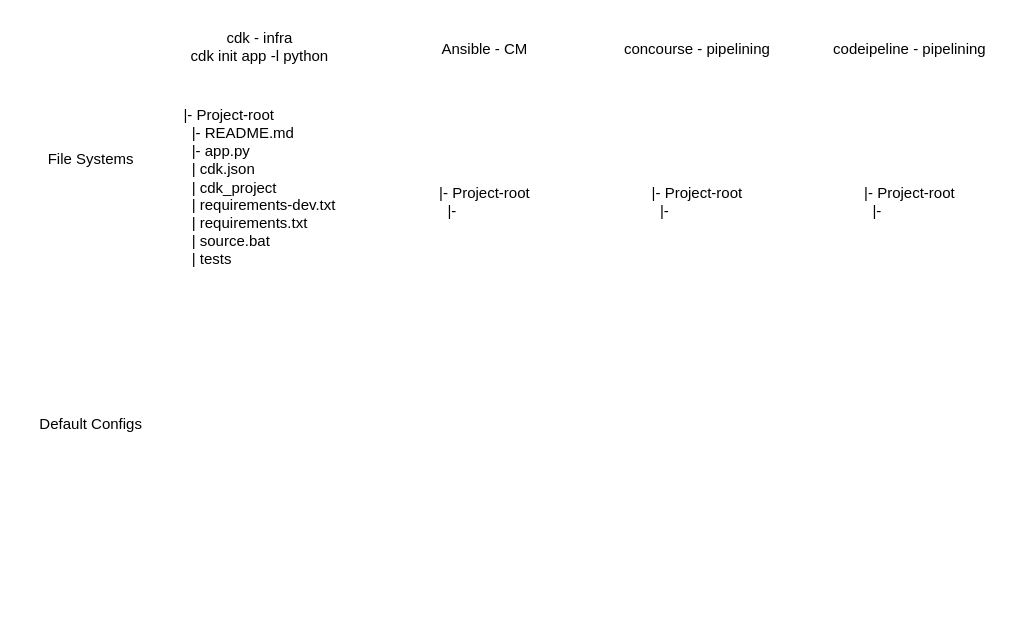
Before: Hydra.drawio in kjamaal/hydra, a draw.io diagram. Source tidied: cells renumbered, new cells numbered last; positions are measured from the earlier drawing's top-left corner, leaving out a move shared by most shapes. Both pictures are drawn from the tidied source at 125%, with x=0, y=0 at pixel (21, 21).
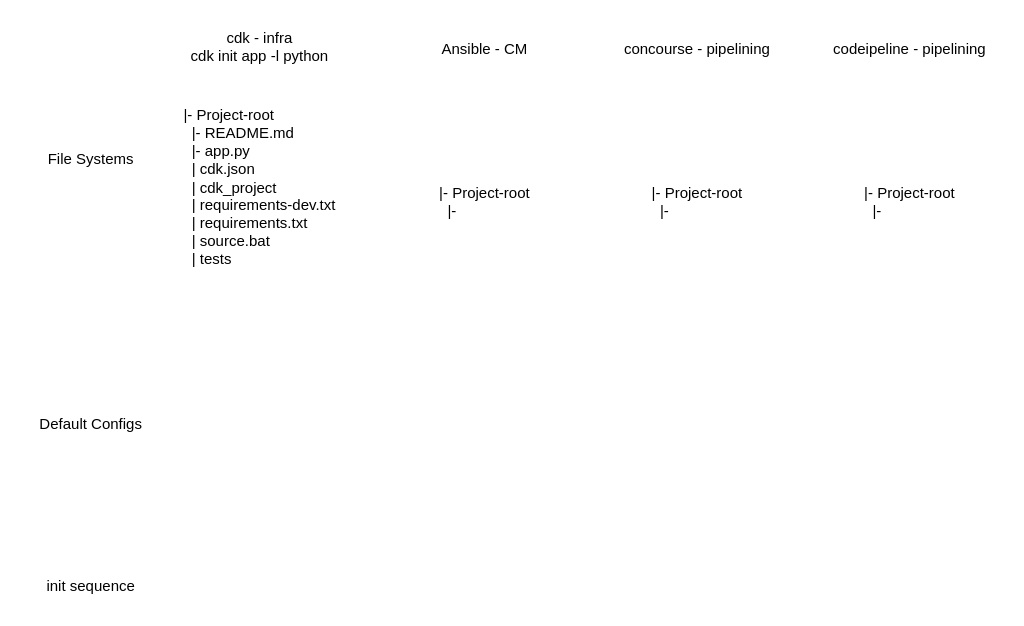
The same page after the edit.

What changed in the source:
```diff
@@
 <mxGraphModel>
   <root>
     <mxCell id="0" />
     <mxCell id="1" parent="0" />
     <mxCell id="2" value="&lt;span style=&quot;background-color: initial;&quot;&gt;&lt;br&gt;&lt;div style=&quot;text-align: left;&quot;&gt;&lt;span style=&quot;background-color: initial;&quot;&gt;|- Project-root&lt;/span&gt;&lt;/div&gt;&lt;/span&gt;&lt;div style=&quot;text-align: left;&quot;&gt;&amp;nbsp; |- README.md&lt;/div&gt;&lt;div style=&quot;text-align: left;&quot;&gt;&amp;nbsp; |- app.py&lt;/div&gt;&lt;div style=&quot;text-align: left;&quot;&gt;&amp;nbsp; | cdk.json&lt;/div&gt;&lt;div style=&quot;text-align: left;&quot;&gt;&amp;nbsp; | cdk_project&lt;/div&gt;&lt;div style=&quot;text-align: left;&quot;&gt;&amp;nbsp; | requirements-dev.txt&lt;/div&gt;&lt;div style=&quot;text-align: left;&quot;&gt;&amp;nbsp; | requirements.txt&lt;/div&gt;&lt;div style=&quot;text-align: left;&quot;&gt;&amp;nbsp; | source.bat&lt;/div&gt;&lt;div style=&quot;text-align: left;&quot;&gt;&amp;nbsp; | tests&lt;/div&gt;" style="text;html=1;align=center;verticalAlign=middle;strokeColor=none;fillColor=none;" parent="1" vertex="1">
       <mxGeometry x="115" y="45" width="150" height="160" as="geometry" />
     </mxCell>
     <mxCell id="3" value="cdk - infra&lt;br&gt;cdk init app -l python" style="text;html=1;align=center;verticalAlign=middle;strokeColor=none;fillColor=none;" parent="1" vertex="1">
       <mxGeometry x="125" width="130" height="40" as="geometry" />
     </mxCell>
     <mxCell id="4" value="Ansible - CM" style="text;html=1;align=center;verticalAlign=middle;strokeColor=none;fillColor=none;" parent="1" vertex="1">
       <mxGeometry x="325" y="7" width="90" height="30" as="geometry" />
     </mxCell>
     <mxCell id="5" value="concourse - pipelining" style="text;html=1;align=center;verticalAlign=middle;strokeColor=none;fillColor=none;" parent="1" vertex="1">
       <mxGeometry x="470" y="7" width="140" height="30" as="geometry" />
     </mxCell>
     <mxCell id="6" value="codeipeline - pipelining" style="text;html=1;align=center;verticalAlign=middle;strokeColor=none;fillColor=none;" parent="1" vertex="1">
       <mxGeometry x="635" y="7" width="150" height="30" as="geometry" />
     </mxCell>
     <mxCell id="7" value="File Systems" style="text;html=1;align=center;verticalAlign=middle;strokeColor=none;fillColor=none;" parent="1" vertex="1">
       <mxGeometry x="10" y="95" width="90" height="30" as="geometry" />
     </mxCell>
     <mxCell id="8" value="&lt;span style=&quot;background-color: initial;&quot;&gt;&lt;br&gt;&lt;div style=&quot;text-align: left;&quot;&gt;&lt;span style=&quot;background-color: initial;&quot;&gt;|- Project-root&lt;/span&gt;&lt;/div&gt;&lt;/span&gt;&lt;div style=&quot;text-align: left;&quot;&gt;&amp;nbsp; |-&amp;nbsp;&lt;/div&gt;" style="text;html=1;align=center;verticalAlign=middle;strokeColor=none;fillColor=none;" parent="1" vertex="1">
       <mxGeometry x="320" y="107" width="100" height="60" as="geometry" />
     </mxCell>
     <mxCell id="9" value="&lt;span style=&quot;background-color: initial;&quot;&gt;&lt;br&gt;&lt;div style=&quot;text-align: left;&quot;&gt;&lt;span style=&quot;background-color: initial;&quot;&gt;|- Project-root&lt;/span&gt;&lt;/div&gt;&lt;/span&gt;&lt;div style=&quot;text-align: left;&quot;&gt;&amp;nbsp; |-&amp;nbsp;&lt;/div&gt;" style="text;html=1;align=center;verticalAlign=middle;strokeColor=none;fillColor=none;" parent="1" vertex="1">
       <mxGeometry x="490" y="107" width="100" height="60" as="geometry" />
     </mxCell>
     <mxCell id="10" value="&lt;span style=&quot;background-color: initial;&quot;&gt;&lt;br&gt;&lt;div style=&quot;text-align: left;&quot;&gt;&lt;span style=&quot;background-color: initial;&quot;&gt;|- Project-root&lt;/span&gt;&lt;/div&gt;&lt;/span&gt;&lt;div style=&quot;text-align: left;&quot;&gt;&amp;nbsp; |-&amp;nbsp;&lt;/div&gt;" style="text;html=1;align=center;verticalAlign=middle;strokeColor=none;fillColor=none;" parent="1" vertex="1">
       <mxGeometry x="660" y="107" width="100" height="60" as="geometry" />
     </mxCell>
     <mxCell id="11" value="Default Configs" style="text;html=1;align=center;verticalAlign=middle;strokeColor=none;fillColor=none;" parent="1" vertex="1">
       <mxGeometry y="307" width="110" height="30" as="geometry" />
     </mxCell>
+    <mxCell id="12" value="init sequence" style="text;html=1;align=center;verticalAlign=middle;strokeColor=none;fillColor=none;" parent="1" vertex="1">
+      <mxGeometry x="10" y="437" width="90" height="30" as="geometry" />
+    </mxCell>
   </root>
 </mxGraphModel>
```
